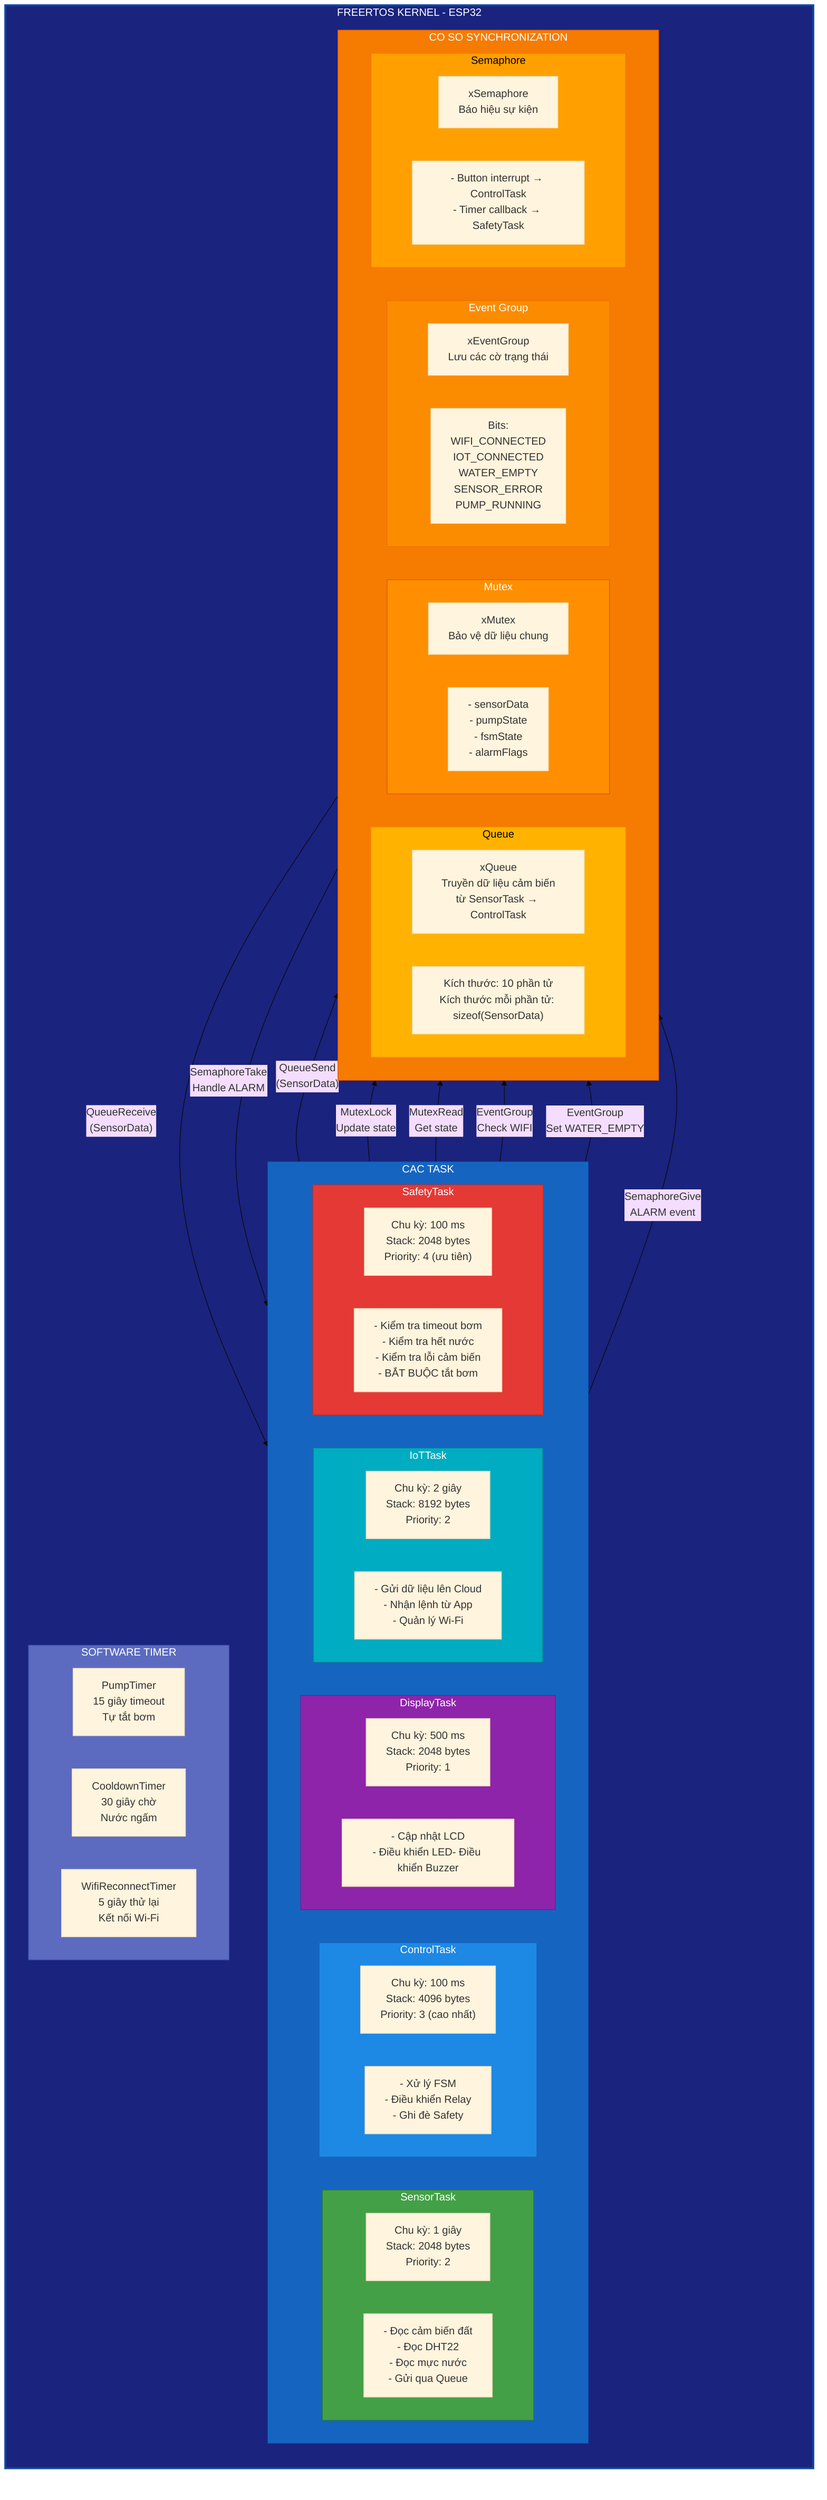
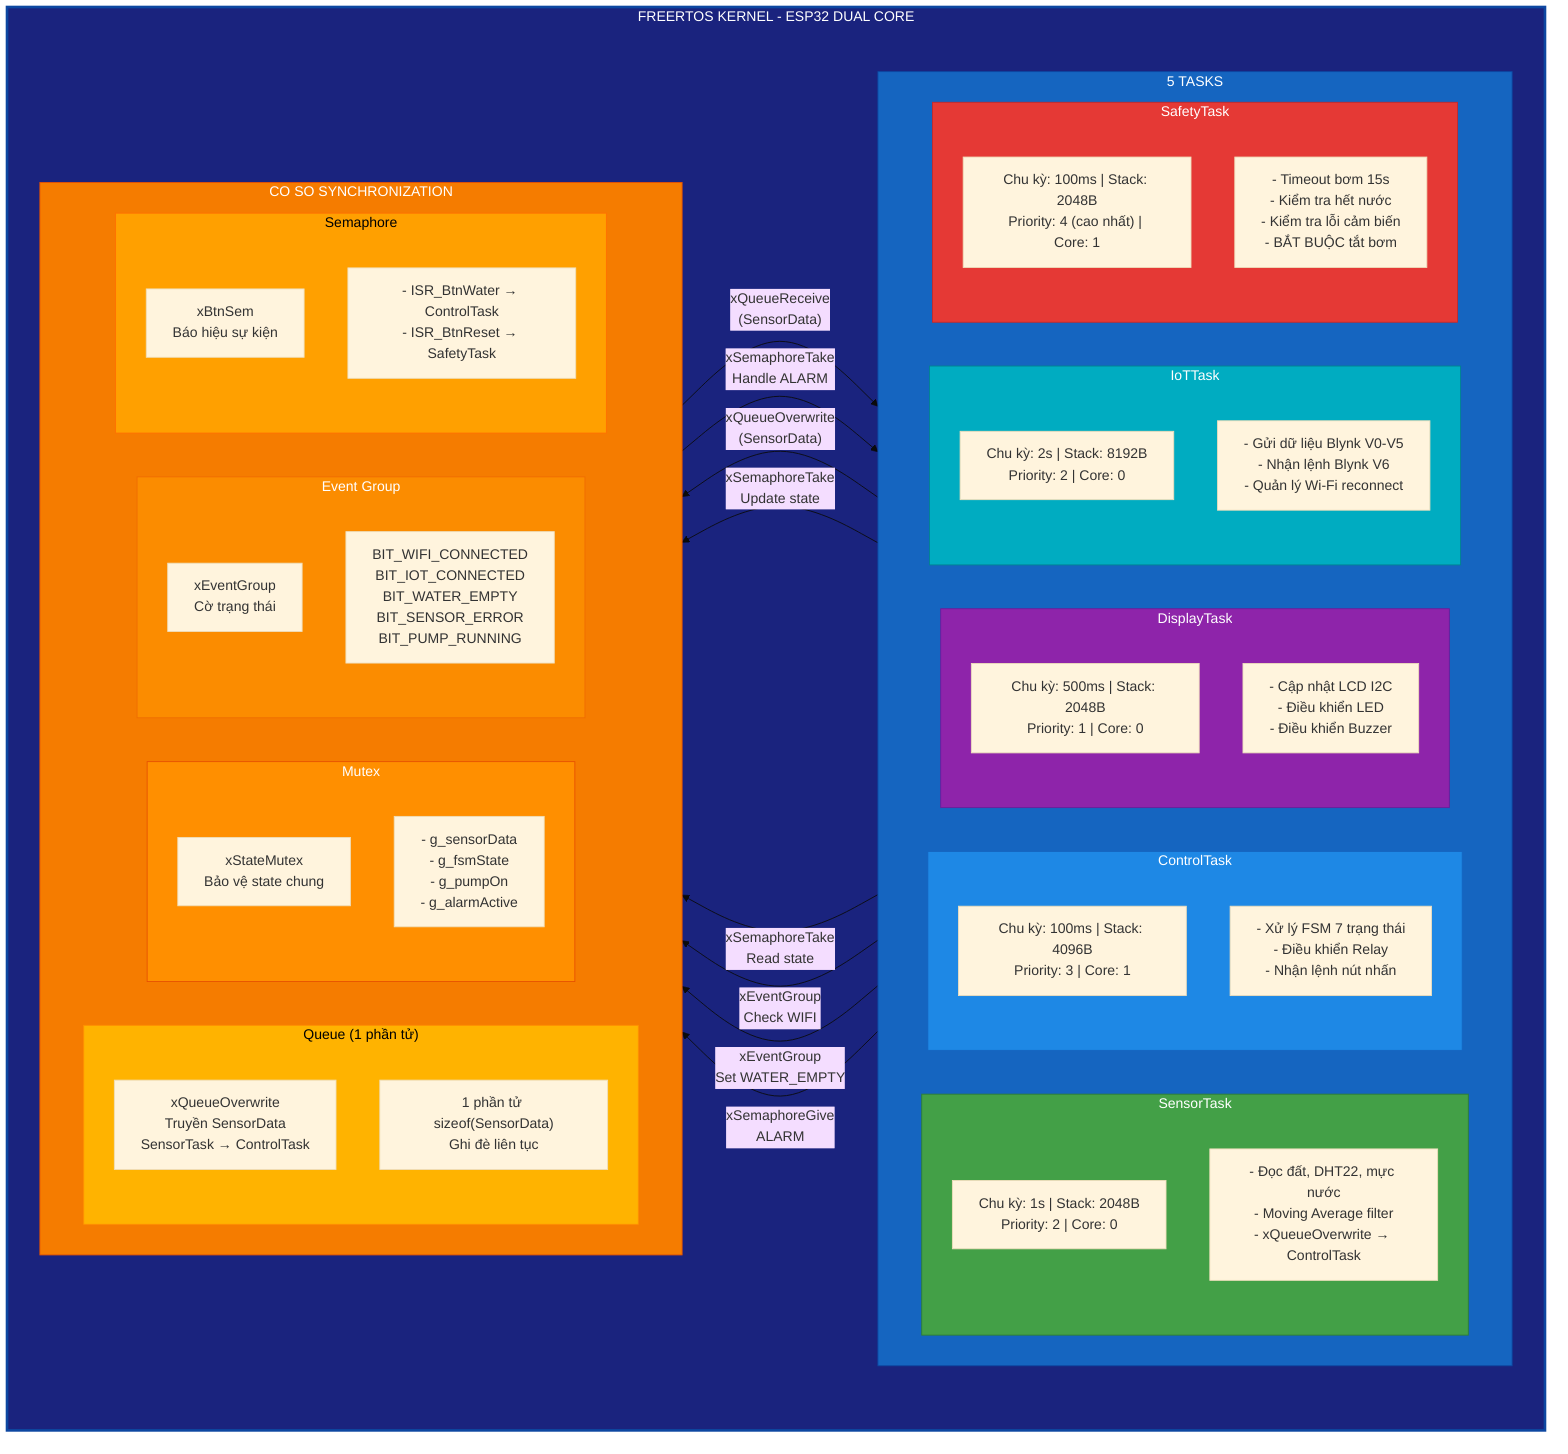
%%{init: {'theme': 'base'}}%%

graph TB
-     subgraph FREERTOS["FREERTOS KERNEL - ESP32"]
-         direction TB
- 
-         subgraph TASKS["CAC TASK"]
+     subgraph FREERTOS["FREERTOS KERNEL - ESP32 DUAL CORE"]
+         subgraph TASKS["5 TASKS"]
            direction LR

            subgraph T1["SensorTask"]
-                 T1_INFO["Chu kỳ: 1 giây<br/>Stack: 2048 bytes<br/>Priority: 2"]
-                 T1_DO["- Đọc cảm biến đất<br/>- Đọc DHT22<br/>- Đọc mực nước<br/>- Gửi qua Queue"]
+                 T1_INFO["Chu kỳ: 1s | Stack: 2048B<br/>Priority: 2 | Core: 0"]
+                 T1_DO["- Đọc đất, DHT22, mực nước<br/>- Moving Average filter<br/>- xQueueOverwrite → ControlTask"]
            end

            subgraph T2["ControlTask"]
-                 T2_INFO["Chu kỳ: 100 ms<br/>Stack: 4096 bytes<br/>Priority: 3 (cao nhất)"]
-                 T2_DO["- Xử lý FSM<br/>- Điều khiển Relay<br/>- Ghi đè Safety"]
+                 T2_INFO["Chu kỳ: 100ms | Stack: 4096B<br/>Priority: 3 | Core: 1"]
+                 T2_DO["- Xử lý FSM 7 trạng thái<br/>- Điều khiển Relay<br/>- Nhận lệnh nút nhấn"]
            end

            subgraph T3["DisplayTask"]
-                 T3_INFO["Chu kỳ: 500 ms<br/>Stack: 2048 bytes<br/>Priority: 1"]
-                 T3_DO["- Cập nhật LCD<br/>- Điều khiển LED<br�>- Điều khiển Buzzer"]
+                 T3_INFO["Chu kỳ: 500ms | Stack: 2048B<br/>Priority: 1 | Core: 0"]
+                 T3_DO["- Cập nhật LCD I2C<br/>- Điều khiển LED<br/>- Điều khiển Buzzer"]
            end

            subgraph T4["IoTTask"]
-                 T4_INFO["Chu kỳ: 2 giây<br/>Stack: 8192 bytes<br/>Priority: 2"]
-                 T4_DO["- Gửi dữ liệu lên Cloud<br/>- Nhận lệnh từ App<br/>- Quản lý Wi-Fi"]
+                 T4_INFO["Chu kỳ: 2s | Stack: 8192B<br/>Priority: 2 | Core: 0"]
+                 T4_DO["- Gửi dữ liệu Blynk V0-V5<br/>- Nhận lệnh Blynk V6<br/>- Quản lý Wi-Fi reconnect"]
            end

            subgraph T5["SafetyTask"]
-                 T5_INFO["Chu kỳ: 100 ms<br/>Stack: 2048 bytes<br/>Priority: 4 (ưu tiên)"]
-                 T5_DO["- Kiểm tra timeout bơm<br/>- Kiểm tra hết nước<br/>- Kiểm tra lỗi cảm biến<br/>- BẮT BUỘC tắt bơm"]
+                 T5_INFO["Chu kỳ: 100ms | Stack: 2048B<br/>Priority: 4 (cao nhất) | Core: 1"]
+                 T5_DO["- Timeout bơm 15s<br/>- Kiểm tra hết nước<br/>- Kiểm tra lỗi cảm biến<br/>- BẮT BUỘC tắt bơm"]
            end
        end

        subgraph SYNC["CO SO SYNCHRONIZATION"]
            direction LR

-             subgraph Q["Queue"]
-                 Q_DESC["xQueue<br/>Truyền dữ liệu cảm biến<br/>từ SensorTask → ControlTask"]
-                 Q_SIZE["Kích thước: 10 phần tử<br/>Kích thước mỗi phần tử: sizeof(SensorData)"]
+             subgraph Q["Queue (1 phần tử)"]
+                 Q_DESC["xQueueOverwrite<br/>Truyền SensorData<br/>SensorTask → ControlTask"]
+                 Q_SIZE["1 phần tử sizeof(SensorData)<br/>Ghi đè liên tục"]
            end

            subgraph MX["Mutex"]
-                 MX_DESC["xMutex<br/>Bảo vệ dữ liệu chung"]
-                 MX_PROTECT["- sensorData<br/>- pumpState<br/>- fsmState<br/>- alarmFlags"]
+                 MX_DESC["xStateMutex<br/>Bảo vệ state chung"]
+                 MX_PROTECT["- g_sensorData<br/>- g_fsmState<br/>- g_pumpOn<br/>- g_alarmActive"]
            end

            subgraph EG["Event Group"]
-                 EG_DESC["xEventGroup<br/>Lưu các cờ trạng thái"]
-                 EG_FLAGS["Bits:<br/>WIFI_CONNECTED<br/>IOT_CONNECTED<br/>WATER_EMPTY<br/>SENSOR_ERROR<br/>PUMP_RUNNING"]
+                 EG_DESC["xEventGroup<br/>Cờ trạng thái"]
+                 EG_FLAGS["BIT_WIFI_CONNECTED<br/>BIT_IOT_CONNECTED<br/>BIT_WATER_EMPTY<br/>BIT_SENSOR_ERROR<br/>BIT_PUMP_RUNNING"]
            end

            subgraph SEM["Semaphore"]
-                 SEM_DESC["xSemaphore<br/>Báo hiệu sự kiện"]
-                 SEM_USE["- Button interrupt → ControlTask<br/>- Timer callback → SafetyTask"]
+                 SEM_DESC["xBtnSem<br/>Báo hiệu sự kiện"]
+                 SEM_USE["- ISR_BtnWater → ControlTask<br/>- ISR_BtnReset → SafetyTask"]
            end
-         end
- 
-         subgraph TIMER["SOFTWARE TIMER"]
-             direction LR
-             TM1["PumpTimer<br/>15 giây timeout<br/>Tự tắt bơm"]
-             TM2["CooldownTimer<br/>30 giây chờ<br/>Nước ngấm"]
-             TM3["WifiReconnectTimer<br/>5 giây thử lại<br/>Kết nối Wi-Fi"]
        end
    end

-     T1 -->|"QueueSend<br/>(SensorData)"| Q
-     Q -->|"QueueReceive<br/>(SensorData)"| T2
-     T2 -->|"MutexLock<br/>Update state"| MX
-     T3 -->|"MutexRead<br/>Get state"| MX
-     T4 -->|"EventGroup<br/>Check WIFI"| EG
-     T5 -->|"EventGroup<br/>Set WATER_EMPTY"| EG
-     T5 -->|"SemaphoreGive<br/>ALARM event"| SEM
-     SEM -->|"SemaphoreTake<br/>Handle ALARM"| T2
+     T1 -->|"xQueueOverwrite<br/>(SensorData)"| Q
+     Q -->|"xQueueReceive<br/>(SensorData)"| T2
+     T2 -->|"xSemaphoreTake<br/>Update state"| MX
+     T3 -->|"xSemaphoreTake<br/>Read state"| MX
+     T4 -->|"xEventGroup<br/>Check WIFI"| EG
+     T5 -->|"xEventGroup<br/>Set WATER_EMPTY"| EG
+     T5 -->|"xSemaphoreGive<br/>ALARM"| SEM
+     SEM -->|"xSemaphoreTake<br/>Handle ALARM"| T2

    style FREERTOS fill:#1a237e,stroke:#0D47A1,stroke-width:3px,color:#fff
    style TASKS fill:#1565C0,stroke:#0D47A1,color:#fff
    style T1 fill:#43A047,stroke:#2E7D32,color:#fff
    style T2 fill:#1E88E5,stroke:#1565C0,color:#fff
    style T3 fill:#8E24AA,stroke:#6A1B9A,color:#fff
    style T4 fill:#00ACC1,stroke:#00838F,color:#fff
    style T5 fill:#E53935,stroke:#C62828,color:#fff
    style SYNC fill:#F57C00,stroke:#E65100,color:#fff
    style Q fill:#FFB300,stroke:#FF8F00,color:#000
    style MX fill:#FF8F00,stroke:#E65100,color:#fff
    style EG fill:#FB8C00,stroke:#EF6C00,color:#fff
    style SEM fill:#FFA000,stroke:#FF6F00,color:#000
-     style TIMER fill:#5C6BC0,stroke:#3949AB,color:#fff
